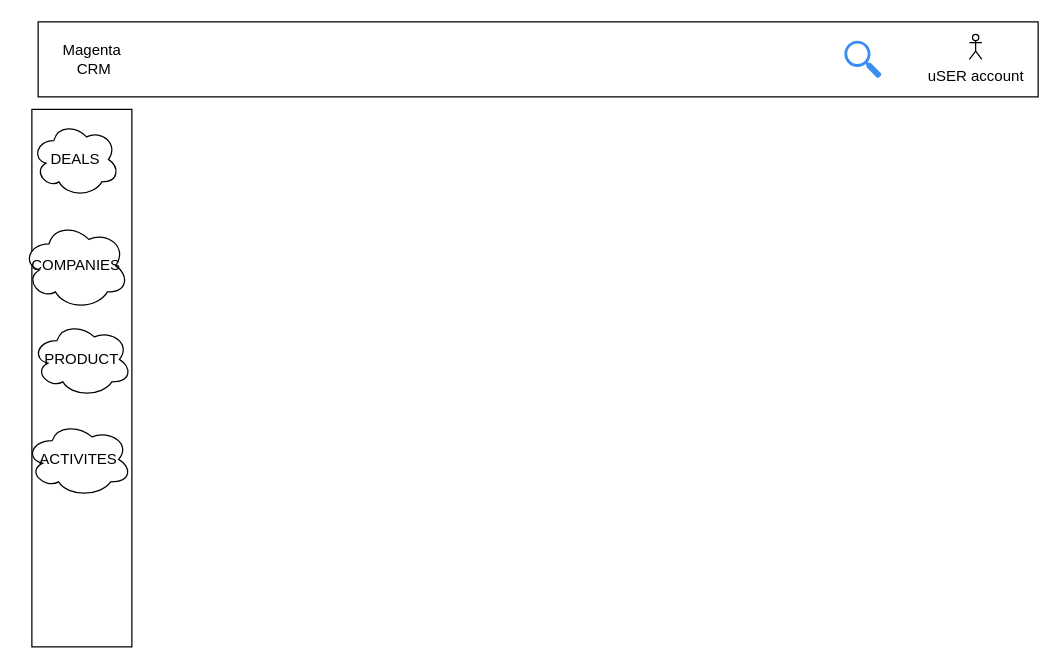
The draw.io diagram page "Main" (1 of 6) of Untitled Diagram.drawio in c2-mrinal/Docs, before the edit. Source tidied: cells renumbered, new cells numbered last; positions are measured from the earlier drawing's top-left corner, leaving out a move shared by most shapes. Both pictures are drawn from the tidied source at 125%, with x=0, y=0 at pixel (21, 21).
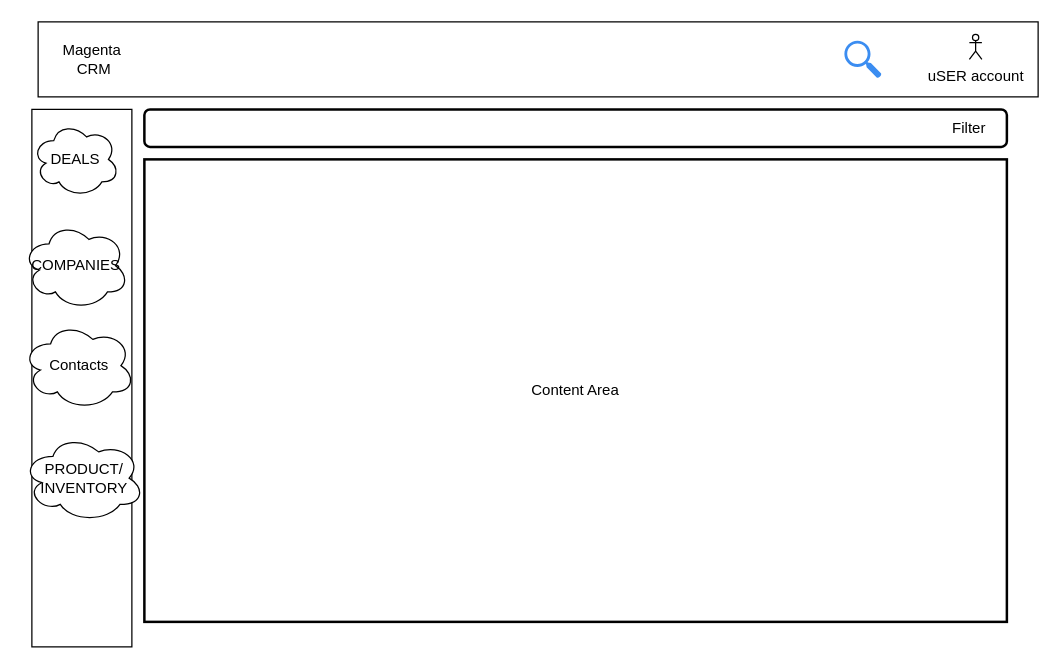
The same diagram, later.

Change to the diagram source:
```diff
@@
 <mxGraphModel>
   <root>
     <mxCell id="0" />
     <mxCell id="1" parent="0" />
     <mxCell id="2" style="rounded=0;whiteSpace=wrap;html=1;" parent="1" vertex="1">
       <mxGeometry x="8" y="70" width="80" height="430" as="geometry" />
     </mxCell>
     <mxCell id="3" style="rounded=0;whiteSpace=wrap;html=1;" parent="1" vertex="1">
       <mxGeometry x="13" width="800" height="60" as="geometry" />
     </mxCell>
     <mxCell id="4" value="Magenta&amp;nbsp;&lt;br&gt;CRM" style="text;html=1;strokeColor=none;fillColor=none;align=center;verticalAlign=middle;whiteSpace=wrap;rounded=0;" parent="1" vertex="1">
       <mxGeometry x="38" y="20" width="40" height="20" as="geometry" />
     </mxCell>
     <mxCell id="5" value="DEALS" style="ellipse;shape=cloud;whiteSpace=wrap;html=1;" parent="1" vertex="1">
       <mxGeometry x="8" y="80" width="70" height="60" as="geometry" />
     </mxCell>
-    <mxCell id="6" value="ACTIVITES" style="ellipse;shape=cloud;whiteSpace=wrap;html=1;" parent="1" vertex="1">
-      <mxGeometry x="3" y="320" width="85" height="60" as="geometry" />
-    </mxCell>
-    <mxCell id="7" value="PRODUCT" style="ellipse;shape=cloud;whiteSpace=wrap;html=1;" parent="1" vertex="1">
-      <mxGeometry x="8" y="240" width="80" height="60" as="geometry" />
+    <mxCell id="7" value="PRODUCT/&lt;br&gt;INVENTORY" style="ellipse;shape=cloud;whiteSpace=wrap;html=1;" parent="1" vertex="1">
+      <mxGeometry x="0.5" y="330" width="97.5" height="70" as="geometry" />
     </mxCell>
     <mxCell id="8" value="COMPANIES" style="ellipse;shape=cloud;whiteSpace=wrap;html=1;" parent="1" vertex="1">
       <mxGeometry x="0.5" y="160" width="85" height="70" as="geometry" />
     </mxCell>
     <mxCell id="9" value="uSER account" style="shape=umlActor;verticalLabelPosition=bottom;verticalAlign=top;html=1;" parent="1" vertex="1">
       <mxGeometry x="758" y="10" width="10" height="20" as="geometry" />
     </mxCell>
     <mxCell id="10" style="html=1;strokeColor=none;shadow=0;align=center;verticalAlign=top;fillColor=#3B8DF1;shape=mxgraph.gcp2.search;" parent="1" vertex="1">
       <mxGeometry x="658" y="15" width="29.7" height="30" as="geometry" />
     </mxCell>
+    <mxCell id="11" value="Content Area" style="rounded=0;whiteSpace=wrap;html=1;strokeWidth=2;fillColor=none;" parent="1" vertex="1">
+      <mxGeometry x="98" y="110" width="690" height="370" as="geometry" />
+    </mxCell>
+    <mxCell id="12" style="rounded=1;whiteSpace=wrap;html=1;strokeWidth=2;fillColor=none;" parent="1" vertex="1">
+      <mxGeometry x="98" y="70" width="690" height="30" as="geometry" />
+    </mxCell>
+    <mxCell id="13" value="Filter" style="text;html=1;strokeColor=none;fillColor=none;align=center;verticalAlign=middle;whiteSpace=wrap;rounded=0;" parent="1" vertex="1">
+      <mxGeometry x="738" y="75" width="40" height="20" as="geometry" />
+    </mxCell>
+    <mxCell id="14" value="Contacts" style="ellipse;shape=cloud;whiteSpace=wrap;html=1;" parent="1" vertex="1">
+      <mxGeometry x="0.5" y="240" width="90" height="70" as="geometry" />
+    </mxCell>
   </root>
 </mxGraphModel>
```
